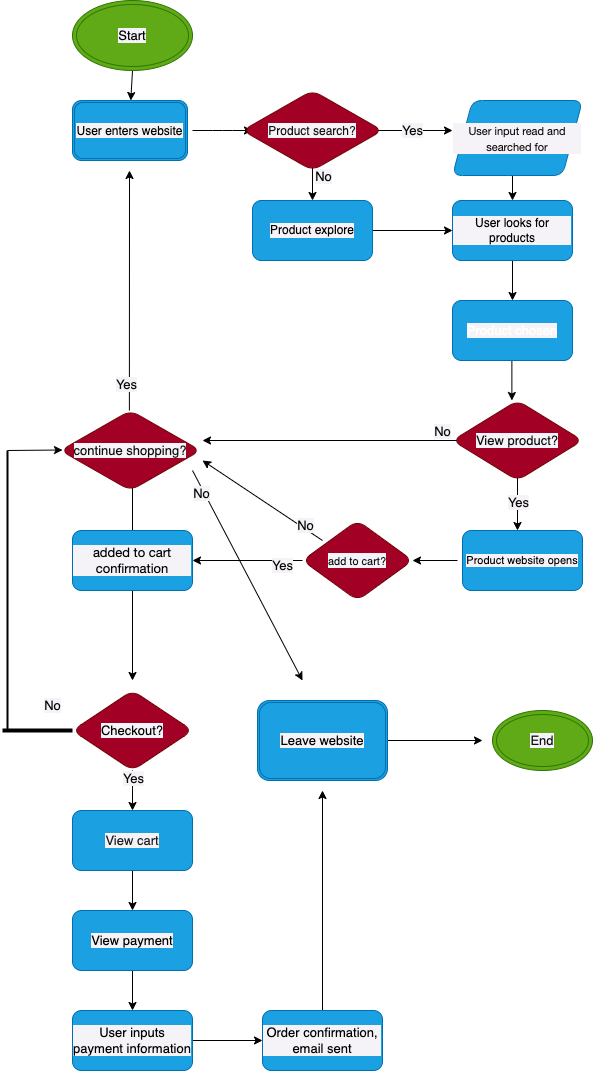
Above: explore/diagramming/diagram.drawio.png in sidhantsinghvi/sp24-cse110-lab4 (draw.io), before the change. Source tidied: cells renumbered, new cells last; positions are measured from the earlier drawing's top-left corner, leaving out a move shared by most shapes.
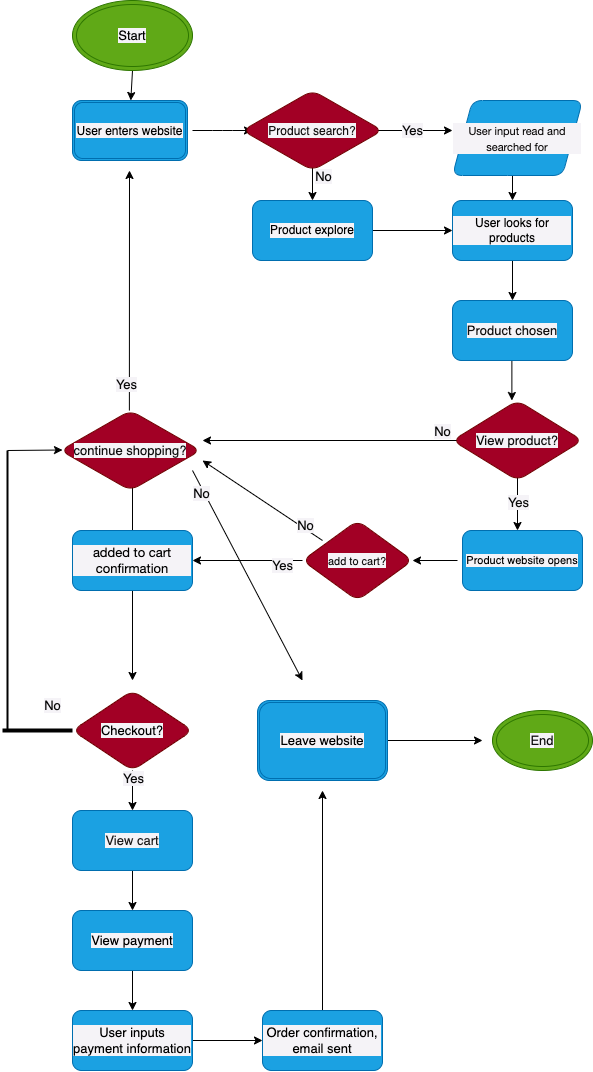
After the change.

What changed in the source:
```diff
@@ -105,7 +105,7 @@
         <mxPoint x="509.4" y="400" as="targetPoint" />
       </mxGeometry>
     </mxCell>
-    <mxCell id="21" value="Product chosen" style="whiteSpace=wrap;html=1;labelBackgroundColor=#f5f3f7;fontSize=13;fontColor=#ffffff;rounded=1;labelBorderColor=none;fillColor=#1ba1e2;strokeColor=#006EAF;" parent="1" vertex="1">
+    <mxCell id="21" value="&lt;font color=&quot;#131111&quot;&gt;Product chosen&lt;/font&gt;" style="whiteSpace=wrap;html=1;labelBackgroundColor=#f5f3f7;fontSize=13;fontColor=#ffffff;rounded=1;labelBorderColor=none;fillColor=#1ba1e2;strokeColor=#006EAF;" parent="1" vertex="1">
       <mxGeometry x="450" y="300" width="120" height="60" as="geometry" />
     </mxCell>
     <mxCell id="22" style="edgeStyle=none;html=1;fontSize=13;fontColor=#0a0a0a;entryX=0.5;entryY=0;entryDx=0;entryDy=0;labelBackgroundColor=#f5f3f7;labelBorderColor=none;" parent="1" edge="1">
```
